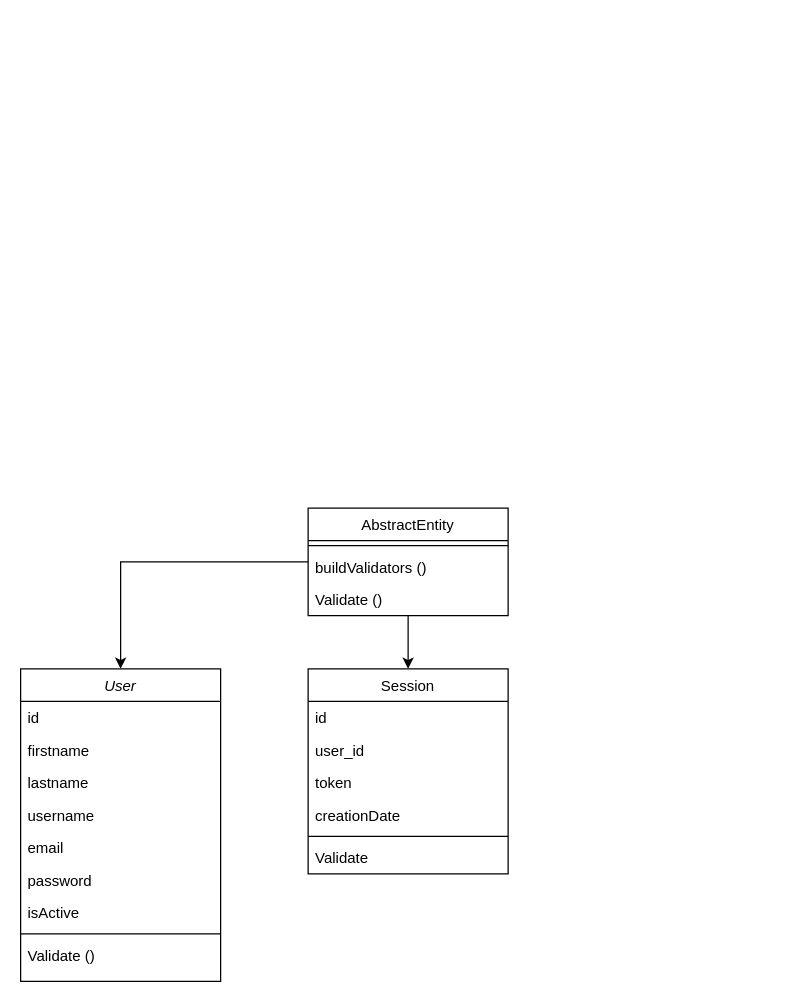
The draw.io diagram _docs/Class Diagram.drawio in gervasioartur/walletwise-clean-graphql-api, before the edit. Source tidied: cells renumbered, new cells numbered last; positions are measured from the earlier drawing's top-left corner, leaving out a move shared by most shapes. Both pictures are drawn from the tidied source at 125%, with x=0, y=0 at pixel (20, 508).
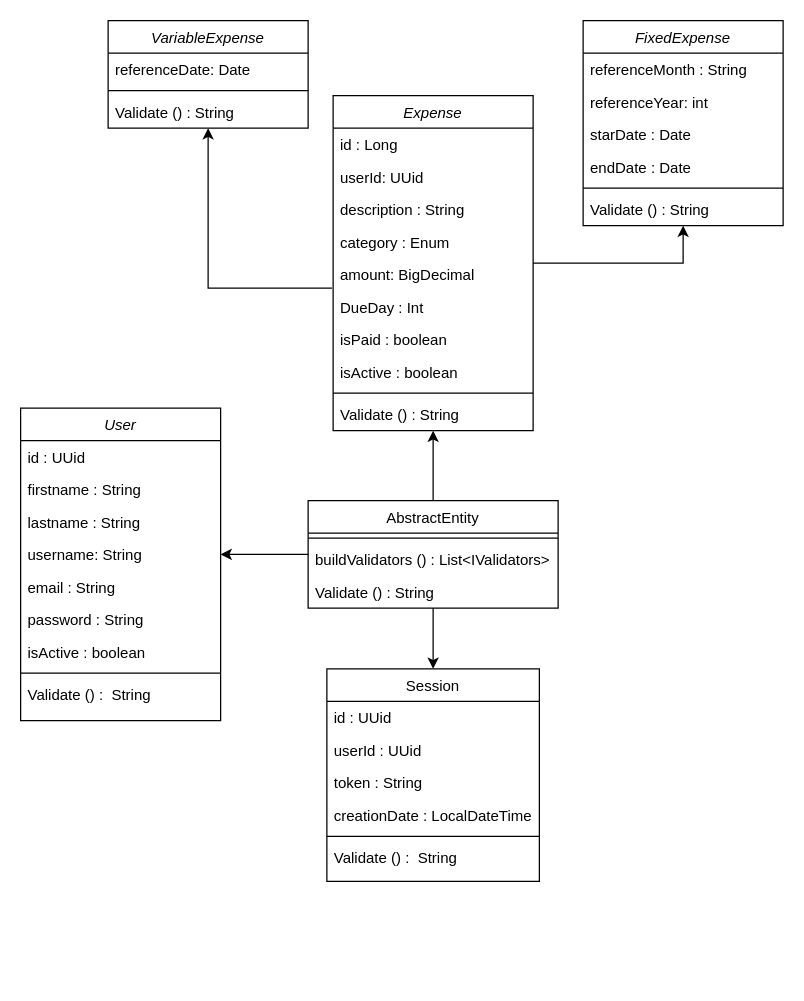
The same page after the edit.

Diff of the diagram source:
```diff
@@
     <mxCell id="2" value="User" style="swimlane;fontStyle=2;align=center;verticalAlign=top;horizontal=1;startSize=26;rounded=0;shadow=0;strokeWidth=1;" parent="1" vertex="1">
-      <mxGeometry y="128.5" width="160" height="250" as="geometry" />
+      <mxGeometry y="-80" width="160" height="250" as="geometry" />
     </mxCell>
-    <mxCell id="3" value="id" style="text;align=left;verticalAlign=top;spacingLeft=4;spacingRight=4;overflow=hidden;rounded=0;shadow=0;html=0;" parent="2" vertex="1">
+    <mxCell id="3" value="id : UUid" style="text;align=left;verticalAlign=top;spacingLeft=4;spacingRight=4;overflow=hidden;rounded=0;shadow=0;html=0;" parent="2" vertex="1">
       <mxGeometry y="26" width="160" height="26" as="geometry" />
     </mxCell>
-    <mxCell id="4" value="firstname" style="text;align=left;verticalAlign=top;spacingLeft=4;spacingRight=4;overflow=hidden;" parent="2" vertex="1">
+    <mxCell id="4" value="firstname : String" style="text;align=left;verticalAlign=top;spacingLeft=4;spacingRight=4;overflow=hidden;" parent="2" vertex="1">
       <mxGeometry y="52" width="160" height="26" as="geometry" />
     </mxCell>
-    <mxCell id="5" value="lastname" style="text;align=left;verticalAlign=top;spacingLeft=4;spacingRight=4;overflow=hidden;rounded=0;shadow=0;html=0;" parent="2" vertex="1">
+    <mxCell id="5" value="lastname : String" style="text;align=left;verticalAlign=top;spacingLeft=4;spacingRight=4;overflow=hidden;rounded=0;shadow=0;html=0;" parent="2" vertex="1">
       <mxGeometry y="78" width="160" height="26" as="geometry" />
     </mxCell>
-    <mxCell id="6" value="username" style="text;align=left;verticalAlign=top;spacingLeft=4;spacingRight=4;overflow=hidden;points=[[0,0.5],[1,0.5]];portConstraint=eastwest;rounded=0;shadow=0;html=0;" parent="2" vertex="1">
+    <mxCell id="6" value="username: String" style="text;align=left;verticalAlign=top;spacingLeft=4;spacingRight=4;overflow=hidden;points=[[0,0.5],[1,0.5]];portConstraint=eastwest;rounded=0;shadow=0;html=0;" parent="2" vertex="1">
       <mxGeometry y="104" width="160" height="26" as="geometry" />
     </mxCell>
-    <mxCell id="7" value="email" style="text;align=left;verticalAlign=top;spacingLeft=4;spacingRight=4;overflow=hidden;rounded=0;shadow=0;html=0;" parent="2" vertex="1">
+    <mxCell id="7" value="email : String" style="text;align=left;verticalAlign=top;spacingLeft=4;spacingRight=4;overflow=hidden;rounded=0;shadow=0;html=0;" parent="2" vertex="1">
       <mxGeometry y="130" width="160" height="26" as="geometry" />
     </mxCell>
-    <mxCell id="8" value="password" style="text;align=left;verticalAlign=top;spacingLeft=4;spacingRight=4;overflow=hidden;rounded=0;shadow=0;html=0;" parent="2" vertex="1">
+    <mxCell id="8" value="password : String" style="text;align=left;verticalAlign=top;spacingLeft=4;spacingRight=4;overflow=hidden;rounded=0;shadow=0;html=0;" parent="2" vertex="1">
       <mxGeometry y="156" width="160" height="26" as="geometry" />
     </mxCell>
-    <mxCell id="9" value="isActive" style="text;align=left;verticalAlign=top;spacingLeft=4;spacingRight=4;overflow=hidden;rounded=0;shadow=0;html=0;" parent="2" vertex="1">
+    <mxCell id="9" value="isActive : boolean" style="text;align=left;verticalAlign=top;spacingLeft=4;spacingRight=4;overflow=hidden;rounded=0;shadow=0;html=0;" parent="2" vertex="1">
       <mxGeometry y="182" width="160" height="26" as="geometry" />
     </mxCell>
@@
-    <mxCell id="11" value="Validate ()" style="text;align=left;verticalAlign=top;spacingLeft=4;spacingRight=4;overflow=hidden;" parent="2" vertex="1">
+    <mxCell id="11" value="Validate () :  String" style="text;align=left;verticalAlign=top;spacingLeft=4;spacingRight=4;overflow=hidden;" parent="2" vertex="1">
       <mxGeometry y="216" width="160" height="26" as="geometry" />
     </mxCell>
     <mxCell id="12" value="Session" style="swimlane;fontStyle=0;align=center;verticalAlign=top;horizontal=1;startSize=26;rounded=0;shadow=0;strokeWidth=1;" parent="1" vertex="1">
-      <mxGeometry x="230" y="128.5" width="160" height="164" as="geometry" />
+      <mxGeometry x="245" y="128.5" width="170" height="170" as="geometry" />
     </mxCell>
-    <mxCell id="13" value="id" style="text;align=left;verticalAlign=top;spacingLeft=4;spacingRight=4;overflow=hidden;" parent="12" vertex="1">
-      <mxGeometry y="26" width="160" height="26" as="geometry" />
+    <mxCell id="13" value="id : UUid" style="text;align=left;verticalAlign=top;spacingLeft=4;spacingRight=4;overflow=hidden;" parent="12" vertex="1">
+      <mxGeometry y="26" width="170" height="26" as="geometry" />
     </mxCell>
-    <mxCell id="14" value="user_id" style="text;align=left;verticalAlign=top;spacingLeft=4;spacingRight=4;overflow=hidden;rounded=0;shadow=0;html=0;" parent="12" vertex="1">
-      <mxGeometry y="52" width="160" height="26" as="geometry" />
+    <mxCell id="14" value="userId : UUid" style="text;align=left;verticalAlign=top;spacingLeft=4;spacingRight=4;overflow=hidden;rounded=0;shadow=0;html=0;" parent="12" vertex="1">
+      <mxGeometry y="52" width="170" height="26" as="geometry" />
     </mxCell>
-    <mxCell id="15" value="token" style="text;align=left;verticalAlign=top;spacingLeft=4;spacingRight=4;overflow=hidden;rounded=0;shadow=0;html=0;" parent="12" vertex="1">
-      <mxGeometry y="78" width="160" height="26" as="geometry" />
+    <mxCell id="15" value="token : String" style="text;align=left;verticalAlign=top;spacingLeft=4;spacingRight=4;overflow=hidden;rounded=0;shadow=0;html=0;" parent="12" vertex="1">
+      <mxGeometry y="78" width="170" height="26" as="geometry" />
     </mxCell>
-    <mxCell id="16" value="creationDate" style="text;align=left;verticalAlign=top;spacingLeft=4;spacingRight=4;overflow=hidden;rounded=0;shadow=0;html=0;" parent="12" vertex="1">
-      <mxGeometry y="104" width="160" height="26" as="geometry" />
+    <mxCell id="16" value="creationDate : LocalDateTime" style="text;align=left;verticalAlign=top;spacingLeft=4;spacingRight=4;overflow=hidden;rounded=0;shadow=0;html=0;" parent="12" vertex="1">
+      <mxGeometry y="104" width="170" height="26" as="geometry" />
     </mxCell>
     <mxCell id="17" style="line;html=1;strokeWidth=1;align=left;verticalAlign=middle;spacingTop=-1;spacingLeft=3;spacingRight=3;labelPosition=right;" parent="12" vertex="1">
-      <mxGeometry y="130" width="160" height="8" as="geometry" />
+      <mxGeometry y="130" width="170" height="8" as="geometry" />
     </mxCell>
-    <mxCell id="18" value="Validate" style="text;align=left;verticalAlign=top;spacingLeft=4;spacingRight=4;overflow=hidden;" parent="12" vertex="1">
-      <mxGeometry y="138" width="160" height="26" as="geometry" />
+    <mxCell id="18" value="Validate () :  String" style="text;align=left;verticalAlign=top;spacingLeft=4;spacingRight=4;overflow=hidden;" parent="12" vertex="1">
+      <mxGeometry y="138" width="170" height="32" as="geometry" />
     </mxCell>
-    <mxCell id="19" style="edgeStyle=orthogonalEdgeStyle;rounded=0;jettySize=auto;html=1;entryX=0.5;entryY=0;entryDx=0;entryDy=0;" parent="1" edge="1" source="21" target="2">
+    <mxCell id="19" style="edgeStyle=orthogonalEdgeStyle;rounded=0;jettySize=auto;html=1;entryX=1;entryY=0.5;entryDx=0;entryDy=0;" parent="1" edge="1" source="21" target="6">
       <mxGeometry relative="1" as="geometry" />
     </mxCell>
@@
+    <mxCell id="25" style="edgeStyle=orthogonalEdgeStyle;rounded=0;jettySize=auto;html=1;entryX=0.5;entryY=1;entryDx=0;entryDy=0;" parent="1" edge="1" source="21" target="27">
+      <mxGeometry relative="1" as="geometry" />
+    </mxCell>
     <mxCell id="21" value="AbstractEntity" style="swimlane;fontStyle=0;align=center;verticalAlign=top;horizontal=1;startSize=26;rounded=0;shadow=0;strokeWidth=1;" parent="1" vertex="1">
-      <mxGeometry x="230" width="160" height="86" as="geometry" />
+      <mxGeometry x="230" y="-6" width="200" height="86" as="geometry" />
     </mxCell>
     <mxCell id="22" style="line;html=1;strokeWidth=1;align=left;verticalAlign=middle;spacingTop=-1;spacingLeft=3;spacingRight=3;labelPosition=right;" parent="21" vertex="1">
-      <mxGeometry y="26" width="160" height="8" as="geometry" />
+      <mxGeometry y="26" width="200" height="8" as="geometry" />
     </mxCell>
-    <mxCell id="23" value="buildValidators ()" style="text;align=left;verticalAlign=top;spacingLeft=4;spacingRight=4;overflow=hidden;" parent="21" vertex="1">
-      <mxGeometry y="34" width="160" height="26" as="geometry" />
+    <mxCell id="23" value="buildValidators () : List&lt;IValidators&gt;" style="text;align=left;verticalAlign=top;spacingLeft=4;spacingRight=4;overflow=hidden;" parent="21" vertex="1">
+      <mxGeometry y="34" width="200" height="26" as="geometry" />
     </mxCell>
-    <mxCell id="24" value="Validate ()" style="text;align=left;verticalAlign=top;spacingLeft=4;spacingRight=4;overflow=hidden;" parent="21" vertex="1">
-      <mxGeometry y="60" width="160" height="26" as="geometry" />
+    <mxCell id="24" value="Validate () : String" style="text;align=left;verticalAlign=top;spacingLeft=4;spacingRight=4;overflow=hidden;" parent="21" vertex="1">
+      <mxGeometry y="60" width="200" height="26" as="geometry" />
     </mxCell>
+    <mxCell id="26" style="edgeStyle=orthogonalEdgeStyle;rounded=0;jettySize=auto;html=1;entryX=0.5;entryY=1;entryDx=0;entryDy=0;" parent="1" edge="1" source="27" target="38">
+      <mxGeometry relative="1" as="geometry" />
+    </mxCell>
+    <mxCell id="27" value="Expense" style="swimlane;fontStyle=2;align=center;verticalAlign=top;horizontal=1;startSize=26;rounded=0;shadow=0;strokeWidth=1;" parent="1" vertex="1">
+      <mxGeometry x="250" y="-330" width="160" height="268" as="geometry" />
+    </mxCell>
+    <mxCell id="28" value="id : Long" style="text;align=left;verticalAlign=top;spacingLeft=4;spacingRight=4;overflow=hidden;rounded=0;shadow=0;html=0;" parent="27" vertex="1">
+      <mxGeometry y="26" width="160" height="26" as="geometry" />
+    </mxCell>
+    <mxCell id="29" value="userId: UUid" style="text;align=left;verticalAlign=top;spacingLeft=4;spacingRight=4;overflow=hidden;rounded=0;shadow=0;html=0;" parent="27" vertex="1">
+      <mxGeometry y="52" width="160" height="26" as="geometry" />
+    </mxCell>
+    <mxCell id="30" value="description : String" style="text;align=left;verticalAlign=top;spacingLeft=4;spacingRight=4;overflow=hidden;rounded=0;shadow=0;html=0;" parent="27" vertex="1">
+      <mxGeometry y="78" width="160" height="26" as="geometry" />
+    </mxCell>
+    <mxCell id="31" value="category : Enum " style="text;align=left;verticalAlign=top;spacingLeft=4;spacingRight=4;overflow=hidden;rounded=0;shadow=0;html=0;" parent="27" vertex="1">
+      <mxGeometry y="104" width="160" height="26" as="geometry" />
+    </mxCell>
+    <mxCell id="32" value="amount: BigDecimal" style="text;align=left;verticalAlign=top;spacingLeft=4;spacingRight=4;overflow=hidden;points=[[0,0.5],[1,0.5]];portConstraint=eastwest;rounded=0;shadow=0;html=0;" parent="27" vertex="1">
+      <mxGeometry y="130" width="160" height="26" as="geometry" />
+    </mxCell>
+    <mxCell id="33" value="DueDay : Int" style="text;align=left;verticalAlign=top;spacingLeft=4;spacingRight=4;overflow=hidden;rounded=0;shadow=0;html=0;" parent="27" vertex="1">
+      <mxGeometry y="156" width="160" height="26" as="geometry" />
+    </mxCell>
+    <mxCell id="34" value="isPaid : boolean" style="text;align=left;verticalAlign=top;spacingLeft=4;spacingRight=4;overflow=hidden;rounded=0;shadow=0;html=0;" parent="27" vertex="1">
+      <mxGeometry y="182" width="160" height="26" as="geometry" />
+    </mxCell>
+    <mxCell id="35" value="isActive : boolean" style="text;align=left;verticalAlign=top;spacingLeft=4;spacingRight=4;overflow=hidden;rounded=0;shadow=0;html=0;" parent="27" vertex="1">
+      <mxGeometry y="208" width="160" height="26" as="geometry" />
+    </mxCell>
+    <mxCell id="36" style="line;html=1;strokeWidth=1;align=left;verticalAlign=middle;spacingTop=-1;spacingLeft=3;spacingRight=3;labelPosition=right;" parent="27" vertex="1">
+      <mxGeometry y="234" width="160" height="8" as="geometry" />
+    </mxCell>
+    <mxCell id="37" value="Validate () : String" style="text;align=left;verticalAlign=top;spacingLeft=4;spacingRight=4;overflow=hidden;" parent="27" vertex="1">
+      <mxGeometry y="242" width="160" height="26" as="geometry" />
+    </mxCell>
+    <mxCell id="38" value="FixedExpense" style="swimlane;fontStyle=2;align=center;verticalAlign=top;horizontal=1;startSize=26;rounded=0;shadow=0;strokeWidth=1;" parent="1" vertex="1">
+      <mxGeometry x="450" y="-390" width="160" height="164" as="geometry" />
+    </mxCell>
+    <mxCell id="39" value="referenceMonth : String" style="text;align=left;verticalAlign=top;spacingLeft=4;spacingRight=4;overflow=hidden;rounded=0;shadow=0;html=0;" parent="38" vertex="1">
+      <mxGeometry y="26" width="160" height="26" as="geometry" />
+    </mxCell>
+    <mxCell id="40" value="referenceYear: int" style="text;align=left;verticalAlign=top;spacingLeft=4;spacingRight=4;overflow=hidden;rounded=0;shadow=0;html=0;" parent="38" vertex="1">
+      <mxGeometry y="52" width="160" height="26" as="geometry" />
+    </mxCell>
+    <mxCell id="41" value="starDate : Date" style="text;align=left;verticalAlign=top;spacingLeft=4;spacingRight=4;overflow=hidden;rounded=0;shadow=0;html=0;" parent="38" vertex="1">
+      <mxGeometry y="78" width="160" height="26" as="geometry" />
+    </mxCell>
+    <mxCell id="42" value="endDate : Date" style="text;align=left;verticalAlign=top;spacingLeft=4;spacingRight=4;overflow=hidden;rounded=0;shadow=0;html=0;" parent="38" vertex="1">
+      <mxGeometry y="104" width="160" height="26" as="geometry" />
+    </mxCell>
+    <mxCell id="43" style="line;html=1;strokeWidth=1;align=left;verticalAlign=middle;spacingTop=-1;spacingLeft=3;spacingRight=3;labelPosition=right;" parent="38" vertex="1">
+      <mxGeometry y="130" width="160" height="8" as="geometry" />
+    </mxCell>
+    <mxCell id="44" value="Validate () : String" style="text;align=left;verticalAlign=top;spacingLeft=4;spacingRight=4;overflow=hidden;" parent="38" vertex="1">
+      <mxGeometry y="138" width="160" height="26" as="geometry" />
+    </mxCell>
+    <mxCell id="45" value="VariableExpense" style="swimlane;fontStyle=2;align=center;verticalAlign=top;horizontal=1;startSize=26;rounded=0;shadow=0;strokeWidth=1;" parent="1" vertex="1">
+      <mxGeometry x="70" y="-390" width="160" height="86" as="geometry" />
+    </mxCell>
+    <mxCell id="46" value="referenceDate: Date" style="text;align=left;verticalAlign=top;spacingLeft=4;spacingRight=4;overflow=hidden;rounded=0;shadow=0;html=0;" parent="45" vertex="1">
+      <mxGeometry y="26" width="160" height="26" as="geometry" />
+    </mxCell>
+    <mxCell id="47" style="line;html=1;strokeWidth=1;align=left;verticalAlign=middle;spacingTop=-1;spacingLeft=3;spacingRight=3;labelPosition=right;" parent="45" vertex="1">
+      <mxGeometry y="52" width="160" height="8" as="geometry" />
+    </mxCell>
+    <mxCell id="48" value="Validate () : String" style="text;align=left;verticalAlign=top;spacingLeft=4;spacingRight=4;overflow=hidden;" parent="45" vertex="1">
+      <mxGeometry y="60" width="160" height="26" as="geometry" />
+    </mxCell>
+    <mxCell id="49" style="edgeStyle=orthogonalEdgeStyle;rounded=0;jettySize=auto;html=1;entryX=0.5;entryY=1;entryDx=0;entryDy=0;exitX=-0.006;exitY=0.923;exitDx=0;exitDy=0;exitPerimeter=0;" parent="1" edge="1" source="32" target="45">
+      <mxGeometry relative="1" as="geometry" />
+    </mxCell>
```
